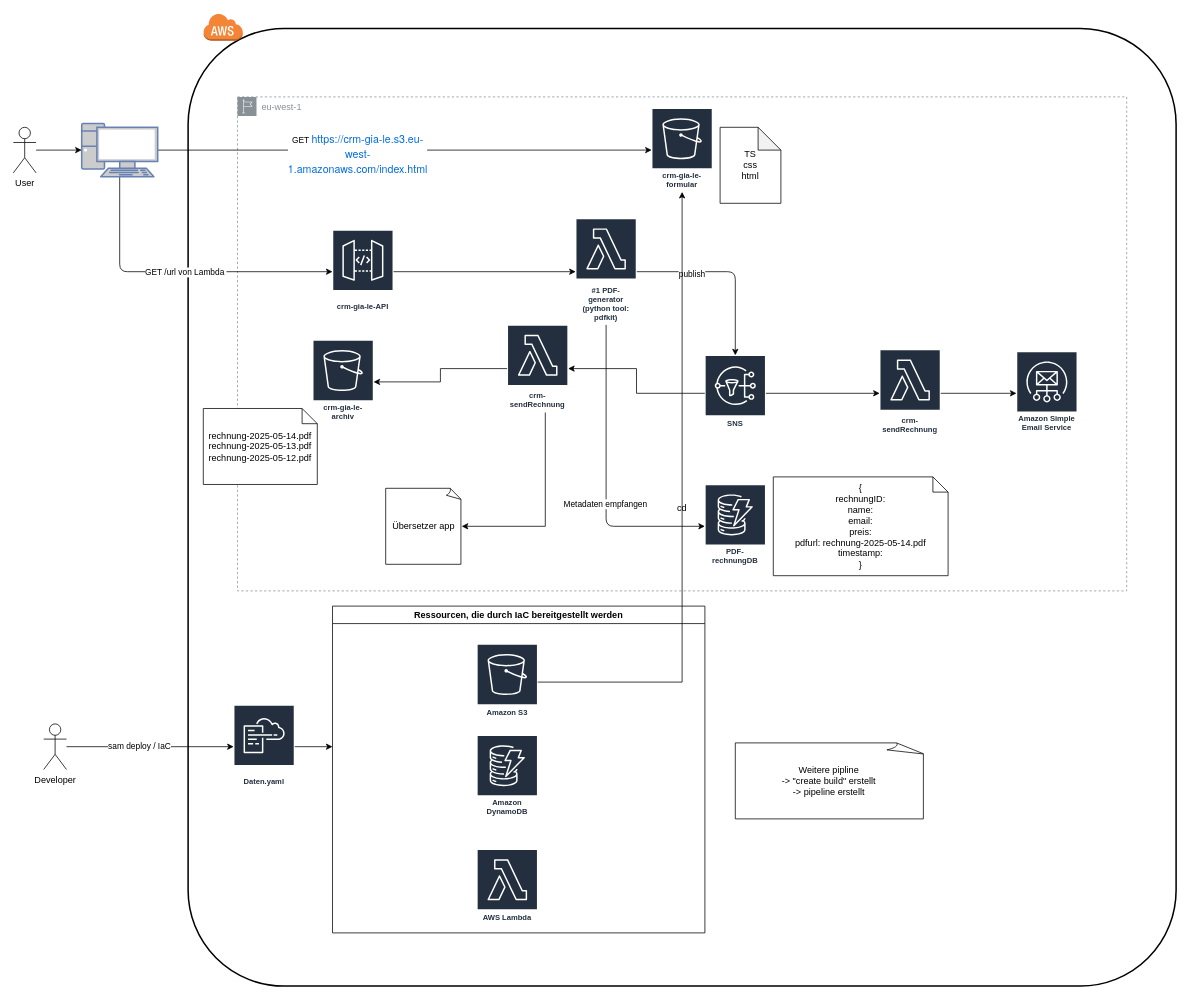
The draw.io diagram crm-gia-le.drawio in LeGia179/AWS_CRM, before the edit. Source tidied: cells renumbered, new cells numbered last; positions are measured from the earlier drawing's top-left corner, leaving out a move shared by most shapes. Both pictures are drawn from the tidied source at 76%, with x=0, y=0 at pixel (13, 13).
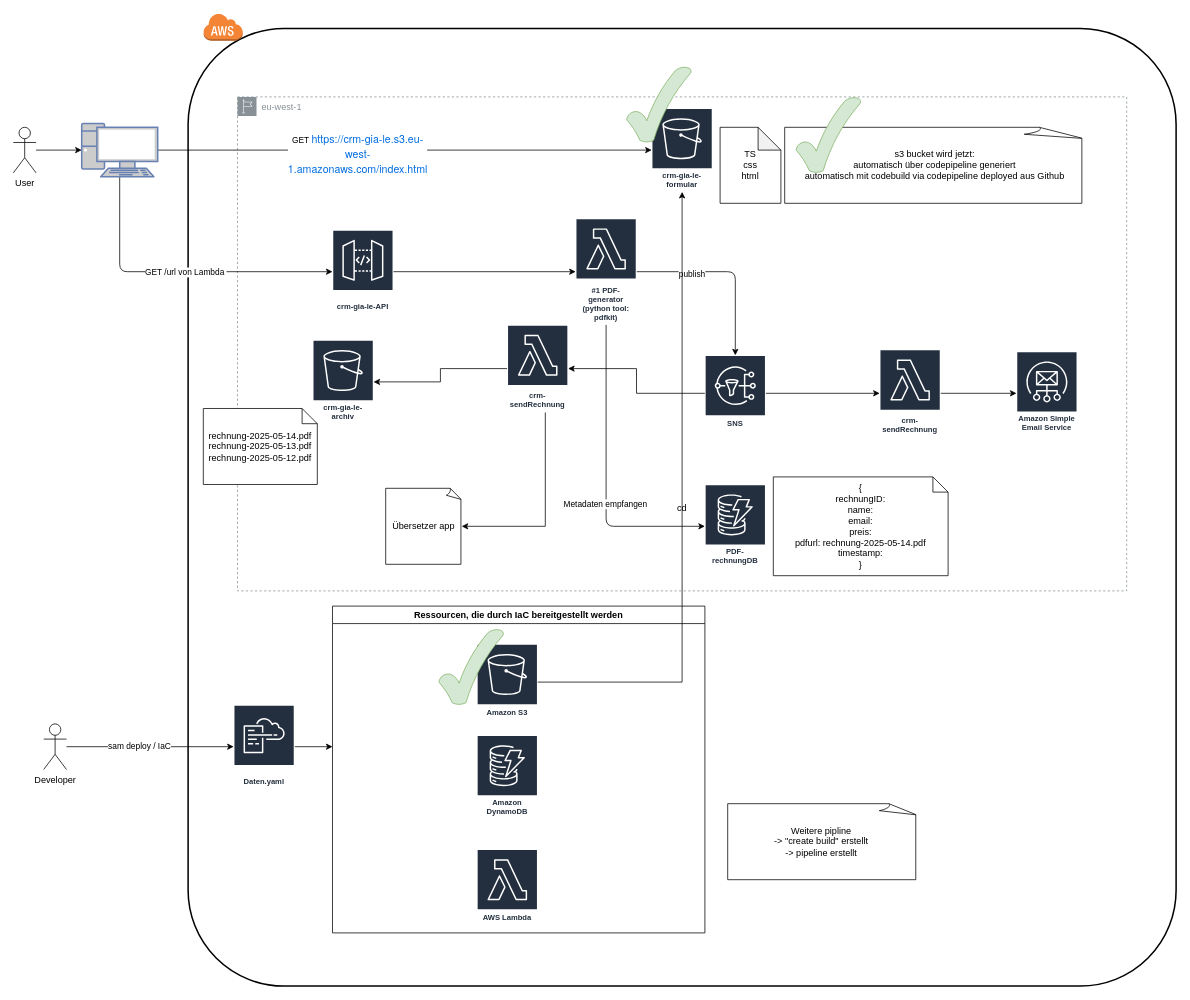
After the change.

Commit message (it also covers changes not shown here):
C&P Test03 build pipeline

What changed in the source:
```diff
@@
-    <mxCell id="4" value="cd" style="rounded=1;arcSize=10;dashed=0;fillColor=none;gradientColor=none;strokeWidth=2;" parent="1" vertex="1">
+    <mxCell id="4" value="cd" style="rounded=1;arcSize=10;dashed=0;strokeWidth=2;fillColor=none;" parent="1" vertex="1">
       <mxGeometry x="230" y="20" width="1300" height="1260" as="geometry" />
     </mxCell>
@@
     <mxCell id="45" value="Weitere pipline&amp;nbsp;&lt;br&gt;-&amp;gt; &quot;create build&quot; erstellt&amp;nbsp;&lt;br&gt;-&amp;gt; pipeline erstellt&amp;nbsp;" style="whiteSpace=wrap;html=1;shape=mxgraph.basic.document;" parent="1" vertex="1">
-      <mxGeometry x="950" y="960" width="250" height="100" as="geometry" />
+      <mxGeometry x="940" y="1040" width="250" height="100" as="geometry" />
     </mxCell>
+    <mxCell id="46" value="s3 bucket wird jetzt:&lt;br&gt;automatisch über codepipeline generiert&lt;br&gt;automatisch mit codebuild via codepipeline deployed aus Github" style="whiteSpace=wrap;html=1;shape=mxgraph.basic.document;" parent="1" vertex="1">
+      <mxGeometry x="1015" y="150" width="395" height="100" as="geometry" />
+    </mxCell>
+    <mxCell id="47" style="verticalLabelPosition=bottom;verticalAlign=top;html=1;shape=mxgraph.basic.tick;fillColor=#d5e8d4;strokeColor=#82b366;" parent="1" vertex="1">
+      <mxGeometry x="1030" y="110" width="85" height="100" as="geometry" />
+    </mxCell>
+    <mxCell id="48" style="verticalLabelPosition=bottom;verticalAlign=top;html=1;shape=mxgraph.basic.tick;fillColor=#d5e8d4;strokeColor=#82b366;" parent="1" vertex="1">
+      <mxGeometry x="560" y="810" width="85" height="100" as="geometry" />
+    </mxCell>
+    <mxCell id="49" style="verticalLabelPosition=bottom;verticalAlign=top;html=1;shape=mxgraph.basic.tick;fillColor=#d5e8d4;strokeColor=#82b366;" parent="1" vertex="1">
+      <mxGeometry x="807" y="70" width="85" height="100" as="geometry" />
+    </mxCell>
```
